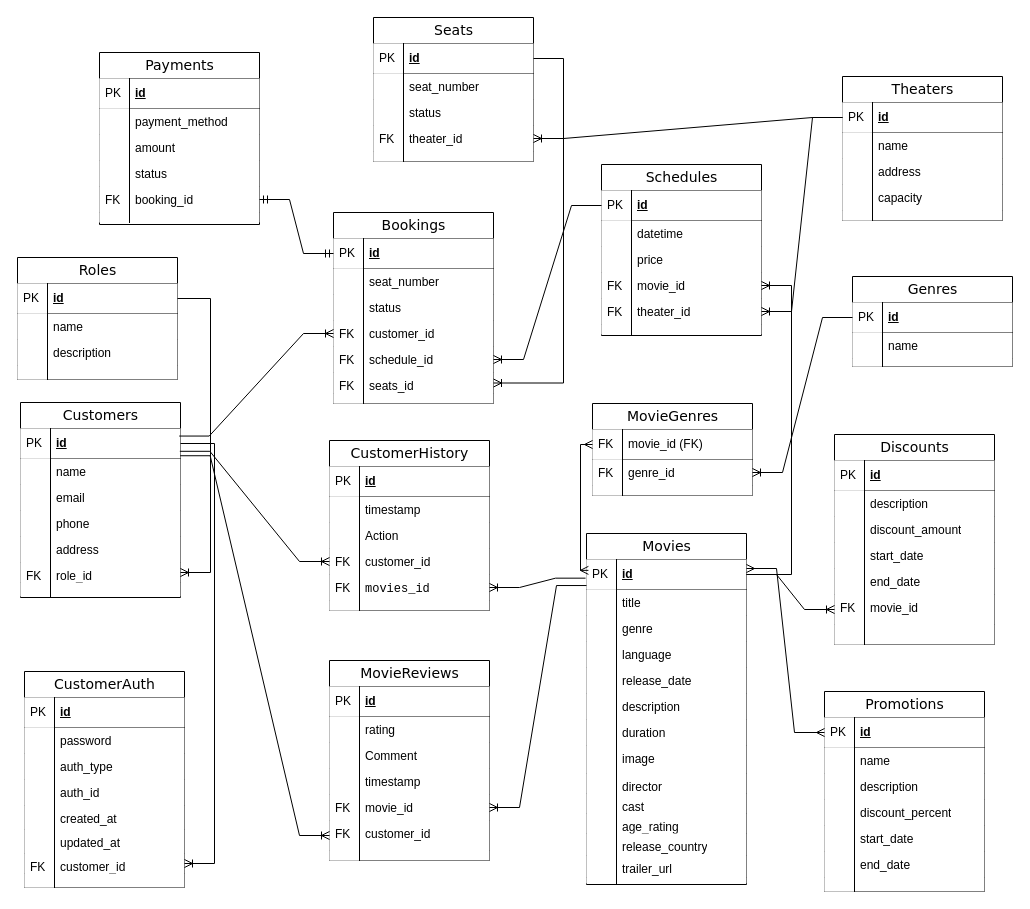
Earlier version of the draw.io diagram ERD-DFD.drawio (nhp291/Cinema-System). Source tidied: cells renumbered, new cells numbered last; positions are measured from the earlier drawing's top-left corner, leaving out a move shared by most shapes. Both pictures are drawn from the tidied source at 100%, with x=0, y=0 at pixel (17, 17).
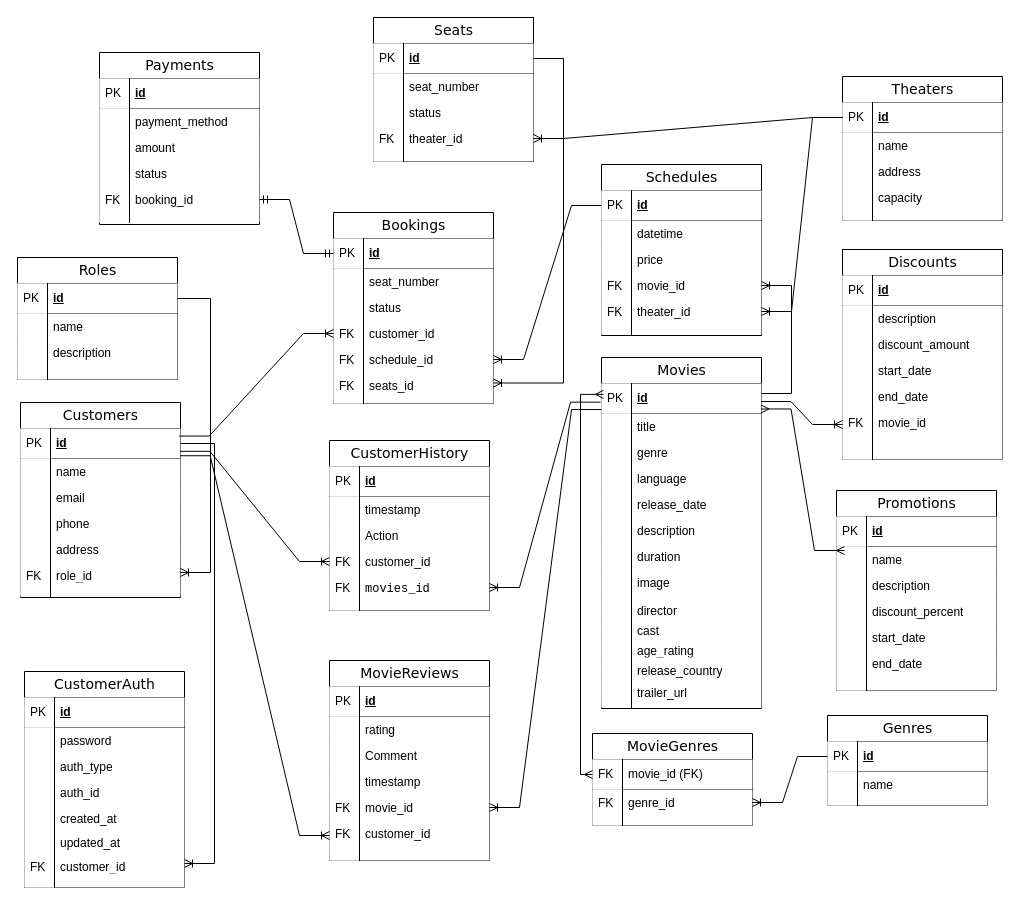
The same page after the edit.

The change refers to these unchanged cells:
```xml
<mxCell id="14" value="id" style="shape=partialRectangle;top=0;left=0;right=0;bottom=1;html=1;align=left;verticalAlign=middle;spacingLeft=34;spacingRight=4;whiteSpace=wrap;overflow=hidden;points=[[0,0.5],[1,0.5]];portConstraint=eastwest;fontStyle=5;" parent="13" vertex="1">
  <mxGeometry y="26" width="160" height="30" as="geometry" />
</mxCell>
<mxCell id="49" value="movie_id" style="shape=partialRectangle;top=0;left=0;right=0;bottom=0;html=1;align=left;verticalAlign=top;spacingLeft=34;spacingRight=4;whiteSpace=wrap;overflow=hidden;points=[[0,0.5],[1,0.5]];portConstraint=eastwest;" parent="42" vertex="1">
  <mxGeometry y="108" width="160" height="26" as="geometry" />
</mxCell>
<mxCell id="156" value="movie_id" style="shape=partialRectangle;top=0;left=0;right=0;bottom=0;html=1;align=left;verticalAlign=top;spacingLeft=34;spacingRight=4;whiteSpace=wrap;overflow=hidden;points=[[0,0.5],[1,0.5]];portConstraint=eastwest;" parent="145" vertex="1">
  <mxGeometry y="160" width="160" height="30" as="geometry" />
</mxCell>
<mxCell id="176" value="id" style="shape=partialRectangle;top=0;left=0;right=0;bottom=1;html=1;align=left;verticalAlign=middle;spacingLeft=34;spacingRight=4;whiteSpace=wrap;overflow=hidden;points=[[0,0.5],[1,0.5]];portConstraint=eastwest;fontStyle=5;" parent="175" vertex="1">
  <mxGeometry y="26" width="160" height="30" as="geometry" />
</mxCell>
```

Change to the diagram source:
```diff
@@
     <mxCell id="13" value="Movies " style="swimlane;html=1;fontStyle=0;horizontal=1;startSize=26;swimlaneFillColor=#ffffff;align=center;rounded=0;shadow=0;comic=0;labelBackgroundColor=none;strokeWidth=1;fontFamily=Verdana;fontSize=14;" parent="1" vertex="1">
-      <mxGeometry x="569" y="516" width="160" height="351" as="geometry" />
+      <mxGeometry x="584" y="340" width="160" height="351" as="geometry" />
     </mxCell>
@@
     <mxCell id="79" value="Genres  " style="swimlane;html=1;fontStyle=0;horizontal=1;startSize=26;swimlaneFillColor=#ffffff;align=center;rounded=0;shadow=0;comic=0;labelBackgroundColor=none;strokeWidth=1;fontFamily=Verdana;fontSize=14;" parent="1" vertex="1">
-      <mxGeometry x="835" y="259" width="160" height="90" as="geometry" />
+      <mxGeometry x="810" y="698" width="160" height="90" as="geometry" />
     </mxCell>
@@
     <mxCell id="138" value="MovieGenres   " style="swimlane;html=1;fontStyle=0;horizontal=1;startSize=26;swimlaneFillColor=#ffffff;align=center;rounded=0;shadow=0;comic=0;labelBackgroundColor=none;strokeWidth=1;fontFamily=Verdana;fontSize=14;swimlaneLine=1;" parent="1" vertex="1">
-      <mxGeometry x="575" y="386" width="160" height="92" as="geometry" />
+      <mxGeometry x="575" y="716" width="160" height="92" as="geometry" />
     </mxCell>
@@
     <mxCell id="145" value="Discounts   " style="swimlane;html=1;fontStyle=0;horizontal=1;startSize=26;swimlaneFillColor=#ffffff;align=center;rounded=0;shadow=0;comic=0;labelBackgroundColor=none;strokeWidth=1;fontFamily=Verdana;fontSize=14;swimlaneLine=1;" parent="1" vertex="1">
-      <mxGeometry x="817" y="417" width="160" height="210" as="geometry" />
+      <mxGeometry x="825" y="232" width="160" height="210" as="geometry" />
     </mxCell>
@@
     <mxCell id="175" value="Promotions   " style="swimlane;html=1;fontStyle=0;horizontal=1;startSize=26;swimlaneFillColor=#ffffff;align=center;rounded=0;shadow=0;comic=0;labelBackgroundColor=none;strokeWidth=1;fontFamily=Verdana;fontSize=14;swimlaneLine=1;" parent="1" vertex="1">
-      <mxGeometry x="807" y="674" width="160" height="200" as="geometry" />
+      <mxGeometry x="819" y="473" width="160" height="200" as="geometry" />
     </mxCell>
@@
-    <mxCell id="191" style="edgeStyle=entityRelationEdgeStyle;fontSize=12;html=1;endArrow=ERoneToMany;rounded=0;exitX=1;exitY=0.5;exitDx=0;exitDy=0;" parent="1" edge="1" source="14" target="49">
+    <mxCell id="191" style="edgeStyle=entityRelationEdgeStyle;fontSize=12;html=1;endArrow=ERoneToMany;rounded=0;exitX=1;exitY=0.333;exitDx=0;exitDy=0;exitPerimeter=0;" parent="1" edge="1" source="14" target="49">
       <mxGeometry relative="1" as="geometry" />
     </mxCell>
@@
-    <mxCell id="195" style="edgeStyle=entityRelationEdgeStyle;fontSize=12;html=1;endArrow=ERmany;startArrow=ERmany;rounded=0;exitX=1;exitY=0.3;exitDx=0;exitDy=0;exitPerimeter=0;" parent="1" edge="1" source="14" target="176">
-      <mxGeometry relative="1" as="geometry" />
+    <mxCell id="195" style="edgeStyle=entityRelationEdgeStyle;fontSize=12;html=1;endArrow=ERmany;startArrow=ERmany;rounded=0;exitX=0.997;exitY=0.849;exitDx=0;exitDy=0;exitPerimeter=0;" parent="1" edge="1" source="14">
+      <mxGeometry relative="1" as="geometry">
+        <mxPoint x="827" y="533" as="targetPoint" />
+      </mxGeometry>
     </mxCell>
@@
-    <mxCell id="203" style="edgeStyle=entityRelationEdgeStyle;fontSize=12;html=1;endArrow=ERoneToMany;rounded=0;" parent="1" edge="1" source="14" target="156">
+    <mxCell id="203" style="edgeStyle=entityRelationEdgeStyle;fontSize=12;html=1;endArrow=ERoneToMany;rounded=0;exitX=0.997;exitY=0.6;exitDx=0;exitDy=0;exitPerimeter=0;" parent="1" edge="1" source="14" target="156">
       <mxGeometry relative="1" as="geometry" />
     </mxCell>
```
